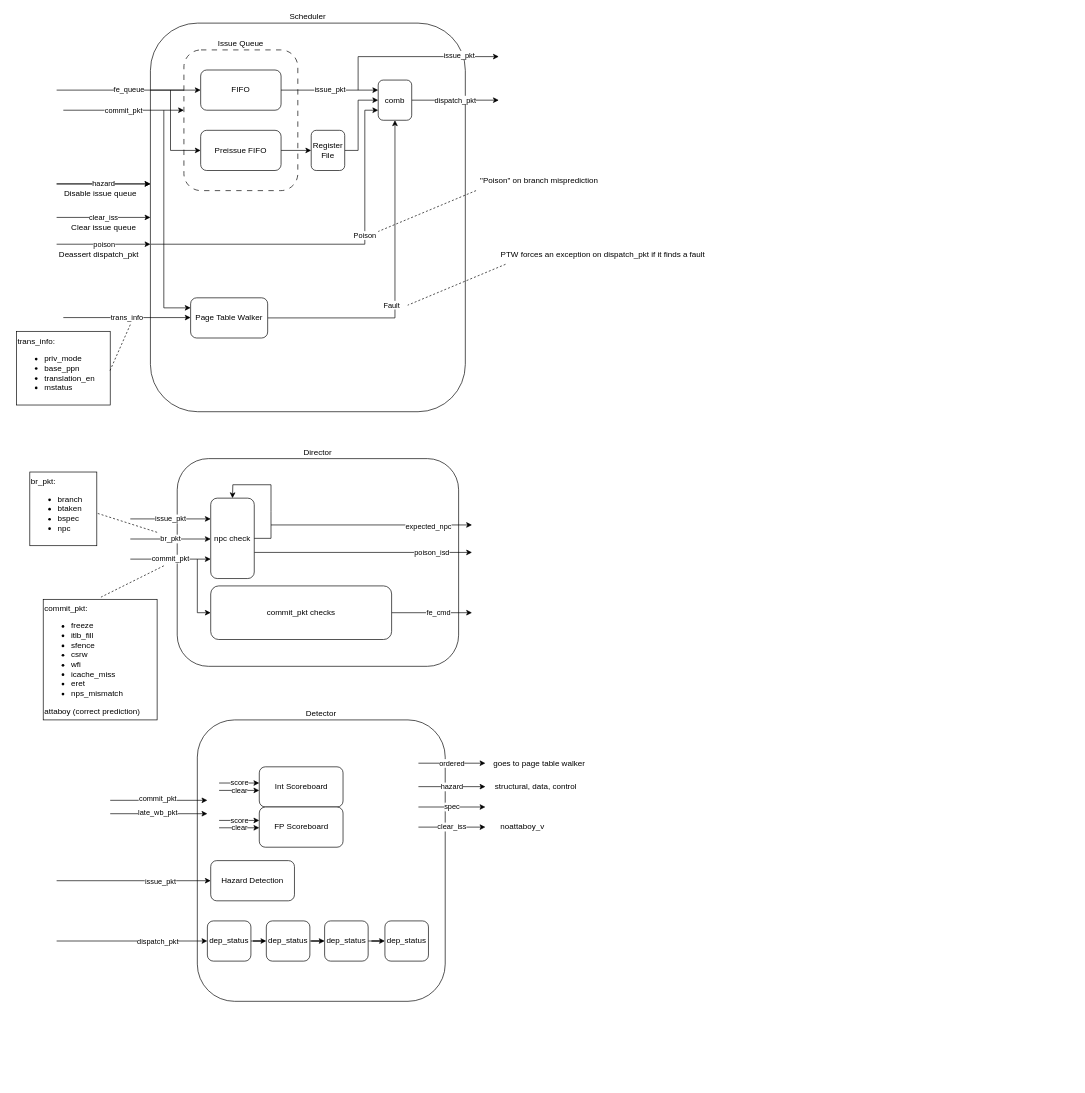
This is page "Back End" (3 of 7) of diagrams/black_parrot.drawio from JefferyLim/ec513_final_project, a draw.io file, before an edit. Source tidied: cells renumbered, new cells numbered last; positions are measured from the earlier drawing's top-left corner, leaving out a move shared by most shapes. Both pictures are drawn from the tidied source at 67%, with x=0, y=0 at pixel (16, 23).
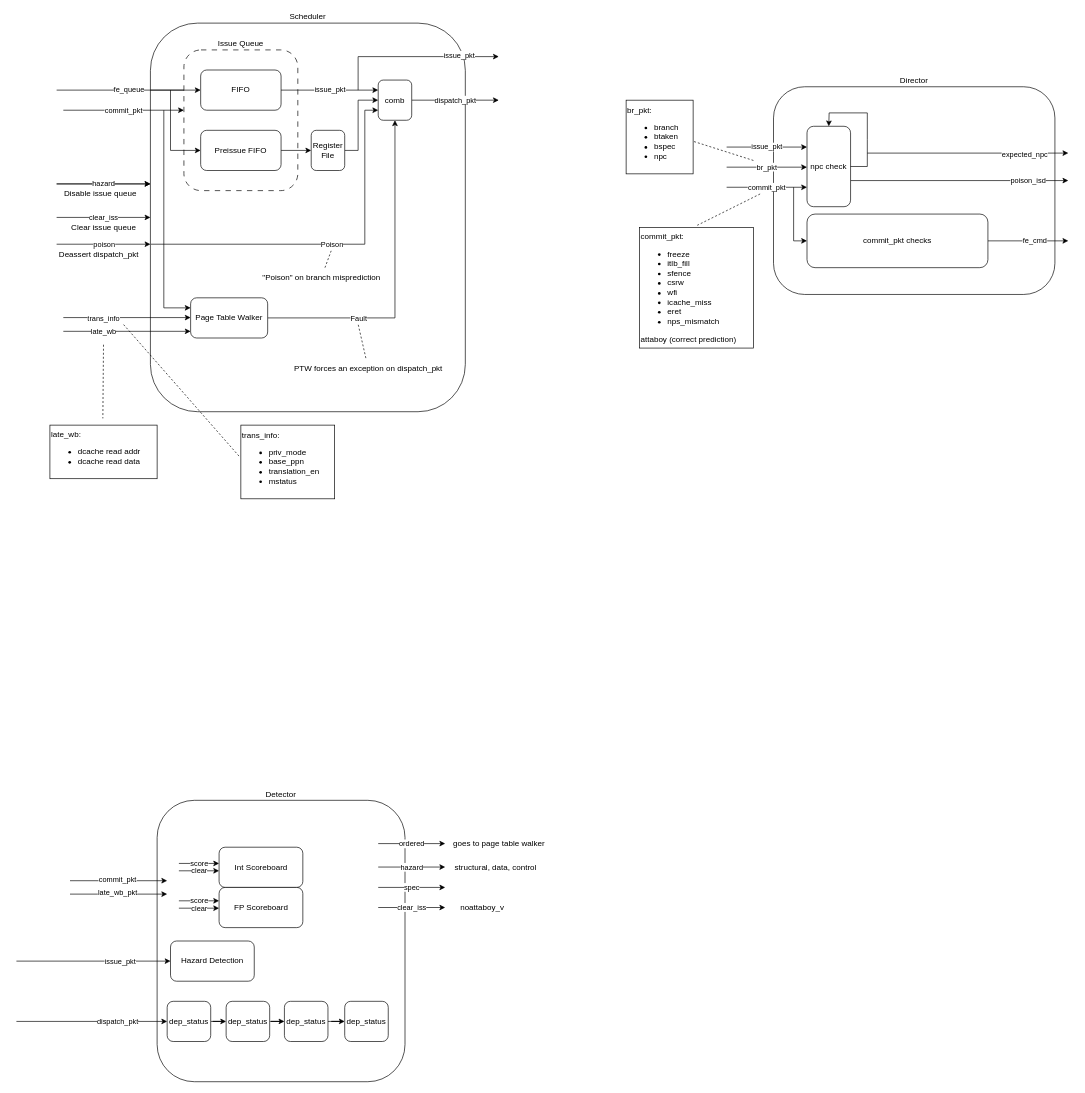
The same page after the edit.

The change refers to these unchanged cells:
```xml
<mxCell id="4" value="Scheduler" style="rounded=1;whiteSpace=wrap;html=1;labelPosition=center;verticalLabelPosition=top;align=center;verticalAlign=bottom;" parent="1" vertex="1">
  <mxGeometry x="200" width="470" height="580" as="geometry" />
</mxCell>
<mxCell id="18" value="comb" style="rounded=1;whiteSpace=wrap;html=1;" parent="1" vertex="1">
  <mxGeometry x="540" y="85" width="50" height="60" as="geometry" />
</mxCell>
<mxCell id="23" value="Deassert dispatch_pkt&lt;span style=&quot;background-color: transparent; color: light-dark(rgb(0, 0, 0), rgb(255, 255, 255)); white-space-collapse: preserve;&quot;&gt;&#9;&lt;/span&gt;" style="text;html=1;align=center;verticalAlign=middle;points=[];strokeColor=none;fillColor=none;" parent="1" vertex="1">
  <mxGeometry x="50" y="330" width="160" height="30" as="geometry" />
</mxCell>
<mxCell id="74" style="edgeStyle=orthogonalEdgeStyle;rounded=0;jettySize=auto;html=1;entryX=0.5;entryY=1;entryDx=0;entryDy=0;" parent="1" edge="1" source="76" target="18">
  <mxGeometry relative="1" as="geometry" />
</mxCell>
```

Diff of the diagram source:
```diff
@@
     <mxCell id="2" value="Director" style="rounded=1;whiteSpace=wrap;html=1;labelPosition=center;verticalLabelPosition=top;align=center;verticalAlign=bottom;" parent="1" vertex="1">
-      <mxGeometry x="240" y="650" width="420" height="310" as="geometry" />
+      <mxGeometry x="1130" y="95" width="420" height="310" as="geometry" />
     </mxCell>
     <mxCell id="3" value="Detector" style="rounded=1;whiteSpace=wrap;html=1;labelPosition=center;verticalLabelPosition=top;align=center;verticalAlign=bottom;" parent="1" vertex="1">
-      <mxGeometry x="270" y="1040" width="370" height="420" as="geometry" />
+      <mxGeometry x="210" y="1160" width="370" height="420" as="geometry" />
     </mxCell>
@@
     <mxCell id="25" value="Poison" style="endArrow=classic;html=1;rounded=0;entryX=0;entryY=0.75;entryDx=0;entryDy=0;exitX=0.942;exitY=0;exitDx=0;exitDy=0;exitPerimeter=0;" parent="1" edge="1" source="23" target="18">
-      <mxGeometry x="0.23" relative="1" as="geometry">
+      <mxGeometry relative="1" as="geometry">
         <Array as="points">
           <mxPoint x="520" y="330" />
           <mxPoint x="520" y="130" />
         </Array>
       </mxGeometry>
     </mxCell>
@@
     <mxCell id="29" value="issue_pkt" style="endArrow=classic;html=1;rounded=0;" parent="1" edge="1">
       <mxGeometry relative="1" as="geometry">
-        <mxPoint x="170" y="740" as="sourcePoint" />
-        <mxPoint x="290" y="740" as="targetPoint" />
+        <mxPoint x="1060" y="185" as="sourcePoint" />
+        <mxPoint x="1180" y="185" as="targetPoint" />
       </mxGeometry>
     </mxCell>
     <mxCell id="30" value="br_pkt" style="endArrow=classic;html=1;rounded=0;" parent="1" edge="1">
       <mxGeometry relative="1" as="geometry">
-        <mxPoint x="170" y="770" as="sourcePoint" />
-        <mxPoint x="290" y="770" as="targetPoint" />
+        <mxPoint x="1060" y="215" as="sourcePoint" />
+        <mxPoint x="1180" y="215" as="targetPoint" />
       </mxGeometry>
     </mxCell>
     <mxCell id="31" value="commit_pkt" style="endArrow=classic;html=1;rounded=0;" parent="1" edge="1">
       <mxGeometry relative="1" as="geometry">
-        <mxPoint x="170" y="800" as="sourcePoint" />
-        <mxPoint x="290" y="800" as="targetPoint" />
+        <mxPoint x="1060" y="245" as="sourcePoint" />
+        <mxPoint x="1180" y="245" as="targetPoint" />
       </mxGeometry>
     </mxCell>
     <mxCell id="32" value="poison_isd" style="endArrow=classic;html=1;rounded=0;" parent="1" edge="1">
       <mxGeometry x="0.63" relative="1" as="geometry">
-        <mxPoint x="355" y="790" as="sourcePoint" />
-        <mxPoint x="680" y="790" as="targetPoint" />
+        <mxPoint x="1245" y="235" as="sourcePoint" />
+        <mxPoint x="1570" y="235" as="targetPoint" />
       </mxGeometry>
     </mxCell>
     <mxCell id="33" value="npc check" style="rounded=1;whiteSpace=wrap;html=1;" parent="1" vertex="1">
-      <mxGeometry x="290" y="709" width="65" height="120" as="geometry" />
+      <mxGeometry x="1180" y="154" width="65" height="120" as="geometry" />
     </mxCell>
     <mxCell id="34" style="endArrow=classic;html=1;rounded=0;entryX=0.5;entryY=0;entryDx=0;entryDy=0;exitX=1;exitY=0.5;exitDx=0;exitDy=0;" parent="1" edge="1" source="33" target="33">
       <mxGeometry relative="1" as="geometry">
         <Array as="points">
-          <mxPoint x="380" y="769" />
-          <mxPoint x="380" y="729" />
-          <mxPoint x="380" y="689" />
-          <mxPoint x="323" y="689" />
+          <mxPoint x="1270" y="214" />
+          <mxPoint x="1270" y="174" />
+          <mxPoint x="1270" y="134" />
+          <mxPoint x="1213" y="134" />
         </Array>
       </mxGeometry>
     </mxCell>
     <mxCell id="35" style="endArrow=classic;html=1;rounded=0;" parent="1" edge="1">
       <mxGeometry relative="1" as="geometry">
-        <mxPoint x="380" y="749" as="sourcePoint" />
-        <mxPoint x="680" y="749" as="targetPoint" />
+        <mxPoint x="1270" y="194" as="sourcePoint" />
+        <mxPoint x="1570" y="194" as="targetPoint" />
       </mxGeometry>
     </mxCell>
@@
     <mxCell id="37" value="fe_cmd" style="endArrow=classic;html=1;rounded=0;exitX=1;exitY=0.5;exitDx=0;exitDy=0;" parent="1" edge="1" source="38">
       <mxGeometry x="0.17" relative="1" as="geometry">
-        <mxPoint x="680" y="880" as="targetPoint" />
+        <mxPoint x="1570" y="325" as="targetPoint" />
       </mxGeometry>
     </mxCell>
     <mxCell id="38" value="commit_pkt checks" style="rounded=1;whiteSpace=wrap;html=1;" parent="1" vertex="1">
-      <mxGeometry x="290" y="840" width="270" height="80" as="geometry" />
+      <mxGeometry x="1180" y="285" width="270" height="80" as="geometry" />
     </mxCell>
     <mxCell id="39" style="endArrow=classic;html=1;rounded=0;entryX=0;entryY=0.5;entryDx=0;entryDy=0;" parent="1" edge="1" target="38">
       <mxGeometry relative="1" as="geometry">
-        <mxPoint x="270" y="800" as="sourcePoint" />
+        <mxPoint x="1160" y="245" as="sourcePoint" />
         <Array as="points">
-          <mxPoint x="270" y="880" />
+          <mxPoint x="1160" y="325" />
         </Array>
       </mxGeometry>
     </mxCell>
     <mxCell id="40" value="commit_pkt:&lt;div&gt;&lt;ul&gt;&lt;li&gt;freeze&lt;/li&gt;&lt;li&gt;itlb_fill&lt;/li&gt;&lt;li&gt;sfence&lt;/li&gt;&lt;li&gt;csrw&lt;/li&gt;&lt;li&gt;wfi&lt;/li&gt;&lt;li&gt;icache_miss&lt;/li&gt;&lt;li&gt;eret&lt;/li&gt;&lt;li&gt;nps_mismatch&lt;/li&gt;&lt;/ul&gt;&lt;/div&gt;&lt;div&gt;attaboy (correct prediction)&lt;/div&gt;" style="text;html=1;align=left;verticalAlign=middle;points=[];strokeColor=default;fillColor=none;" parent="1" vertex="1">
-      <mxGeometry x="40" y="860" width="170" height="180" as="geometry" />
+      <mxGeometry x="930" y="305" width="170" height="180" as="geometry" />
     </mxCell>
     <mxCell id="41" style="endArrow=classic;html=1;rounded=0;entryX=0;entryY=0.5;entryDx=0;entryDy=0;" parent="1" edge="1" target="43">
       <mxGeometry relative="1" as="geometry">
-        <mxPoint x="60" y="1280" as="sourcePoint" />
+        <mxPoint y="1400" as="sourcePoint" />
         <Array as="points">
-          <mxPoint x="60" y="1280" />
+          <mxPoint y="1400" />
         </Array>
       </mxGeometry>
     </mxCell>
@@
     <mxCell id="43" value="Hazard Detection" style="rounded=1;whiteSpace=wrap;html=1;" parent="1" vertex="1">
-      <mxGeometry x="290" y="1250" width="125" height="60" as="geometry" />
+      <mxGeometry x="230" y="1370" width="125" height="60" as="geometry" />
     </mxCell>
     <mxCell id="44" style="endArrow=classic;html=1;rounded=0;entryX=0;entryY=0.5;entryDx=0;entryDy=0;" parent="1" edge="1">
       <mxGeometry relative="1" as="geometry">
-        <mxPoint x="60" y="1370" as="sourcePoint" />
-        <mxPoint x="285" y="1370" as="targetPoint" />
+        <mxPoint y="1490" as="sourcePoint" />
+        <mxPoint x="225" y="1490" as="targetPoint" />
         <Array as="points">
-          <mxPoint x="60" y="1370" />
+          <mxPoint y="1490" />
         </Array>
       </mxGeometry>
     </mxCell>
@@
     <mxCell id="47" value="dep_status" style="rounded=1;whiteSpace=wrap;html=1;" parent="1" vertex="1">
-      <mxGeometry x="285" y="1340" width="65" height="60" as="geometry" />
+      <mxGeometry x="225" y="1460" width="65" height="60" as="geometry" />
     </mxCell>
@@
     <mxCell id="49" value="dep_status" style="rounded=1;whiteSpace=wrap;html=1;" parent="1" vertex="1">
-      <mxGeometry x="373" y="1340" width="65" height="60" as="geometry" />
+      <mxGeometry x="313" y="1460" width="65" height="60" as="geometry" />
     </mxCell>
@@
     <mxCell id="51" value="dep_status" style="rounded=1;whiteSpace=wrap;html=1;" parent="1" vertex="1">
-      <mxGeometry x="460" y="1340" width="65" height="60" as="geometry" />
+      <mxGeometry x="400" y="1460" width="65" height="60" as="geometry" />
     </mxCell>
     <mxCell id="52" value="dep_status" style="rounded=1;whiteSpace=wrap;html=1;" parent="1" vertex="1">
-      <mxGeometry x="550" y="1340" width="65" height="60" as="geometry" />
+      <mxGeometry x="490" y="1460" width="65" height="60" as="geometry" />
     </mxCell>
     <mxCell id="53" value="Int Scoreboard" style="rounded=1;whiteSpace=wrap;html=1;" parent="1" vertex="1">
-      <mxGeometry x="362.5" y="1110" width="125" height="60" as="geometry" />
+      <mxGeometry x="302.5" y="1230" width="125" height="60" as="geometry" />
     </mxCell>
     <mxCell id="54" value="FP Scoreboard" style="rounded=1;whiteSpace=wrap;html=1;" parent="1" vertex="1">
-      <mxGeometry x="362.5" y="1170" width="125" height="60" as="geometry" />
+      <mxGeometry x="302.5" y="1290" width="125" height="60" as="geometry" />
     </mxCell>
     <mxCell id="55" style="endArrow=classic;html=1;rounded=0;" parent="1" edge="1">
       <mxGeometry relative="1" as="geometry">
-        <mxPoint x="140" y="1160" as="sourcePoint" />
-        <mxPoint x="285" y="1160" as="targetPoint" />
+        <mxPoint x="80" y="1280" as="sourcePoint" />
+        <mxPoint x="225" y="1280" as="targetPoint" />
       </mxGeometry>
     </mxCell>
@@
     <mxCell id="57" style="endArrow=classic;html=1;rounded=0;entryX=0;entryY=0.5;entryDx=0;entryDy=0;" parent="1" edge="1">
       <mxGeometry relative="1" as="geometry">
-        <mxPoint x="140" y="1180" as="sourcePoint" />
-        <mxPoint x="285" y="1180" as="targetPoint" />
+        <mxPoint x="80" y="1300" as="sourcePoint" />
+        <mxPoint x="225" y="1300" as="targetPoint" />
       </mxGeometry>
     </mxCell>
@@
     <mxCell id="59" value="score" style="endArrow=classic;html=1;rounded=0;exitX=0.449;exitY=0.333;exitDx=0;exitDy=0;exitPerimeter=0;" parent="1" edge="1">
       <mxGeometry relative="1" as="geometry">
-        <mxPoint x="302.5" y="1134.2" as="sourcePoint" />
-        <mxPoint x="362.5" y="1134.2" as="targetPoint" />
+        <mxPoint x="242.5" y="1254.2" as="sourcePoint" />
+        <mxPoint x="302.5" y="1254.2" as="targetPoint" />
       </mxGeometry>
     </mxCell>
     <mxCell id="60" value="clear" style="endArrow=classic;html=1;rounded=0;" parent="1" edge="1">
       <mxGeometry relative="1" as="geometry">
-        <mxPoint x="302.5" y="1145.2" as="sourcePoint" />
-        <mxPoint x="362.5" y="1145.2" as="targetPoint" />
+        <mxPoint x="242.5" y="1265.2" as="sourcePoint" />
+        <mxPoint x="302.5" y="1265.2" as="targetPoint" />
       </mxGeometry>
     </mxCell>
     <mxCell id="61" value="score" style="endArrow=classic;html=1;rounded=0;exitX=0.449;exitY=0.333;exitDx=0;exitDy=0;exitPerimeter=0;" parent="1" edge="1">
       <mxGeometry relative="1" as="geometry">
-        <mxPoint x="302.5" y="1190" as="sourcePoint" />
-        <mxPoint x="362.5" y="1190" as="targetPoint" />
+        <mxPoint x="242.5" y="1310" as="sourcePoint" />
+        <mxPoint x="302.5" y="1310" as="targetPoint" />
       </mxGeometry>
     </mxCell>
     <mxCell id="62" value="clear" style="endArrow=classic;html=1;rounded=0;" parent="1" edge="1">
       <mxGeometry relative="1" as="geometry">
-        <mxPoint x="302.5" y="1201" as="sourcePoint" />
-        <mxPoint x="362.5" y="1201" as="targetPoint" />
+        <mxPoint x="242.5" y="1321" as="sourcePoint" />
+        <mxPoint x="302.5" y="1321" as="targetPoint" />
       </mxGeometry>
     </mxCell>
     <mxCell id="63" value="ordered" style="endArrow=classic;html=1;rounded=0;" parent="1" edge="1">
       <mxGeometry relative="1" as="geometry">
-        <mxPoint x="600" y="1104.6" as="sourcePoint" />
-        <mxPoint x="700" y="1104.6" as="targetPoint" />
+        <mxPoint x="540" y="1224.6" as="sourcePoint" />
+        <mxPoint x="640" y="1224.6" as="targetPoint" />
       </mxGeometry>
     </mxCell>
     <mxCell id="64" value="hazard" style="endArrow=classic;html=1;rounded=0;" parent="1" edge="1">
       <mxGeometry relative="1" as="geometry">
-        <mxPoint x="600" y="1139.6" as="sourcePoint" />
-        <mxPoint x="700" y="1139.6" as="targetPoint" />
+        <mxPoint x="540" y="1259.6" as="sourcePoint" />
+        <mxPoint x="640" y="1259.6" as="targetPoint" />
       </mxGeometry>
     </mxCell>
     <mxCell id="65" value="spec" style="endArrow=classic;html=1;rounded=0;" parent="1" edge="1">
       <mxGeometry relative="1" as="geometry">
-        <mxPoint x="600" y="1170" as="sourcePoint" />
-        <mxPoint x="700" y="1170" as="targetPoint" />
+        <mxPoint x="540" y="1290" as="sourcePoint" />
+        <mxPoint x="640" y="1290" as="targetPoint" />
       </mxGeometry>
     </mxCell>
     <mxCell id="66" value="goes to page table walker" style="text;html=1;align=center;verticalAlign=middle;strokeColor=none;fillColor=none;" parent="1" vertex="1">
-      <mxGeometry x="700" y="1090" width="160" height="30" as="geometry" />
+      <mxGeometry x="640" y="1210" width="160" height="30" as="geometry" />
     </mxCell>
     <mxCell id="67" value="structural, data, control" style="text;html=1;align=center;verticalAlign=middle;strokeColor=none;fillColor=none;" parent="1" vertex="1">
-      <mxGeometry x="700" y="1125" width="150" height="30" as="geometry" />
+      <mxGeometry x="640" y="1245" width="150" height="30" as="geometry" />
     </mxCell>
     <mxCell id="68" style="endArrow=none;dashed=1;html=1;rounded=0;entryX=0.507;entryY=-0.018;entryDx=0;entryDy=0;entryPerimeter=0;" parent="1" edge="1" target="40">
       <mxGeometry relative="1" as="geometry">
-        <mxPoint x="220" y="810" as="sourcePoint" />
+        <mxPoint x="1110" y="255" as="sourcePoint" />
       </mxGeometry>
     </mxCell>
     <mxCell id="69" value="trans_info" style="endArrow=classic;html=1;rounded=0;" parent="1" edge="1">
-      <mxGeometry relative="1" as="geometry">
+      <mxGeometry x="-0.37" relative="1" as="geometry">
         <mxPoint x="70" y="439.5" as="sourcePoint" />
         <mxPoint x="260" y="439.5" as="targetPoint" />
+        <mxPoint y="1" as="offset" />
       </mxGeometry>
     </mxCell>
     <mxCell id="70" value="&lt;span style=&quot;color: rgb(0, 0, 0); font-family: Helvetica; font-size: 11px; font-style: normal; font-variant-ligatures: normal; font-variant-caps: normal; font-weight: 400; letter-spacing: normal; orphans: 2; text-align: center; text-indent: 0px; text-transform: none; widows: 2; word-spacing: 0px; -webkit-text-stroke-width: 0px; white-space: nowrap; background-color: rgb(255, 255, 255); text-decoration-thickness: initial; text-decoration-style: initial; text-decoration-color: initial; display: inline !important; float: none;&quot;&gt;clear_iss&lt;/span&gt;" style="endArrow=classic;html=1;rounded=0;" parent="1" edge="1">
       <mxGeometry relative="1" as="geometry">
-        <mxPoint x="600" y="1200" as="sourcePoint" />
-        <mxPoint x="700" y="1200" as="targetPoint" />
+        <mxPoint x="540" y="1320" as="sourcePoint" />
+        <mxPoint x="640" y="1320" as="targetPoint" />
       </mxGeometry>
     </mxCell>
     <mxCell id="71" value="br_pkt:&lt;div&gt;&lt;ul&gt;&lt;li&gt;&lt;span style=&quot;background-color: transparent; color: light-dark(rgb(0, 0, 0), rgb(255, 255, 255));&quot;&gt;branch&lt;/span&gt;&lt;/li&gt;&lt;li&gt;&lt;span style=&quot;background-color: transparent; color: light-dark(rgb(0, 0, 0), rgb(255, 255, 255));&quot;&gt;btaken&lt;/span&gt;&lt;/li&gt;&lt;li&gt;&lt;span style=&quot;background-color: transparent; color: light-dark(rgb(0, 0, 0), rgb(255, 255, 255));&quot;&gt;bspec&lt;/span&gt;&lt;/li&gt;&lt;li&gt;&lt;span style=&quot;background-color: transparent; color: light-dark(rgb(0, 0, 0), rgb(255, 255, 255));&quot;&gt;npc&lt;/span&gt;&lt;/li&gt;&lt;/ul&gt;&lt;/div&gt;" style="text;html=1;align=left;verticalAlign=middle;points=[];strokeColor=default;fillColor=none;" parent="1" vertex="1">
-      <mxGeometry x="20" y="670" width="100" height="110" as="geometry" />
+      <mxGeometry x="910" y="115" width="100" height="110" as="geometry" />
     </mxCell>
     <mxCell id="72" style="endArrow=none;dashed=1;html=1;rounded=0;entryX=0.99;entryY=0.555;entryDx=0;entryDy=0;entryPerimeter=0;" parent="1" edge="1" target="71">
       <mxGeometry relative="1" as="geometry">
-        <mxPoint x="210" y="760" as="sourcePoint" />
+        <mxPoint x="1100" y="205" as="sourcePoint" />
       </mxGeometry>
     </mxCell>
     <mxCell id="73" value="noattaboy_v" style="text;html=1;align=center;verticalAlign=middle;strokeColor=none;fillColor=none;" parent="1" vertex="1">
-      <mxGeometry x="710" y="1185" width="90" height="30" as="geometry" />
+      <mxGeometry x="650" y="1305" width="90" height="30" as="geometry" />
     </mxCell>
@@
     <mxCell id="75" value="Fault" style="edgeLabel;html=1;align=center;verticalAlign=middle;" parent="74" vertex="1">
       <mxGeometry x="-0.59" y="2" relative="1" as="geometry">
-        <mxPoint x="85" y="-18" as="offset" />
+        <mxPoint x="36" y="2" as="offset" />
       </mxGeometry>
     </mxCell>
@@
     <mxCell id="78" value="trans_info:&lt;div&gt;&lt;ul&gt;&lt;li&gt;priv_mode&lt;/li&gt;&lt;li&gt;base_ppn&lt;/li&gt;&lt;li&gt;translation_en&lt;/li&gt;&lt;li&gt;mstatus&lt;/li&gt;&lt;/ul&gt;&lt;/div&gt;" style="text;html=1;align=left;verticalAlign=middle;points=[];strokeColor=default;fillColor=none;" parent="1" vertex="1">
-      <mxGeometry y="460" width="140" height="110" as="geometry" />
+      <mxGeometry x="335" y="600" width="140" height="110" as="geometry" />
     </mxCell>
-    <mxCell id="79" style="endArrow=none;dashed=1;html=1;rounded=0;entryX=0.99;entryY=0.555;entryDx=0;entryDy=0;entryPerimeter=0;" parent="1" edge="1" target="78">
+    <mxCell id="79" style="endArrow=none;dashed=1;html=1;rounded=0;entryX=-0.007;entryY=0.439;entryDx=0;entryDy=0;entryPerimeter=0;" parent="1" edge="1" target="78">
       <mxGeometry relative="1" as="geometry">
-        <mxPoint x="170" y="450" as="sourcePoint" />
+        <mxPoint x="160" y="450" as="sourcePoint" />
       </mxGeometry>
     </mxCell>
@@
-    <mxCell id="81" style="endArrow=none;dashed=1;html=1;rounded=0;entryX=0.99;entryY=0.555;entryDx=0;entryDy=0;entryPerimeter=0;" parent="1" edge="1">
-      <mxGeometry relative="1" as="geometry">
-        <mxPoint x="730" y="360" as="sourcePoint" />
-        <mxPoint x="584" y="421" as="targetPoint" />
-      </mxGeometry>
+    <mxCell id="81" style="endArrow=none;dashed=1;html=1;rounded=0;entryX=0.66;entryY=0.776;entryDx=0;entryDy=0;entryPerimeter=0;" parent="1" edge="1" source="82" target="4">
+      <mxGeometry relative="1" as="geometry" />
     </mxCell>
-    <mxCell id="82" value="PTW forces an exception on dispatch_pkt if it finds a fault" style="text;html=1;align=center;verticalAlign=middle;points=[];strokeColor=none;fillColor=none;" parent="1" vertex="1">
-      <mxGeometry x="710" y="330" width="330" height="30" as="geometry" />
+    <mxCell id="82" value="PTW forces an exception on dispatch_pkt" style="text;html=1;align=center;verticalAlign=middle;points=[];strokeColor=none;fillColor=none;" parent="1" vertex="1">
+      <mxGeometry x="405" y="500" width="240" height="30" as="geometry" />
     </mxCell>
-    <mxCell id="83" style="endArrow=none;dashed=1;html=1;rounded=0;entryX=0.99;entryY=0.555;entryDx=0;entryDy=0;entryPerimeter=0;" parent="1" edge="1">
-      <mxGeometry relative="1" as="geometry">
-        <mxPoint x="686" y="250" as="sourcePoint" />
-        <mxPoint x="540" y="311" as="targetPoint" />
-      </mxGeometry>
+    <mxCell id="83" style="endArrow=none;dashed=1;html=1;rounded=0;entryX=0.574;entryY=0.586;entryDx=0;entryDy=0;entryPerimeter=0;" parent="1" edge="1" source="84" target="4">
+      <mxGeometry relative="1" as="geometry" />
     </mxCell>
     <mxCell id="84" value="&quot;Poison&quot; on branch misprediction" style="text;html=1;align=center;verticalAlign=middle;points=[];strokeColor=none;fillColor=none;" parent="1" vertex="1">
-      <mxGeometry x="680" y="220" width="200" height="30" as="geometry" />
+      <mxGeometry x="355" y="365" width="200" height="30" as="geometry" />
     </mxCell>
+    <mxCell id="85" value="late_wb" style="endArrow=classic;html=1;rounded=0;" parent="1" edge="1">
+      <mxGeometry x="-0.37" relative="1" as="geometry">
+        <mxPoint x="70" y="460" as="sourcePoint" />
+        <mxPoint x="260" y="460" as="targetPoint" />
+      </mxGeometry>
+    </mxCell>
+    <mxCell id="86" value="late_wb:&lt;div&gt;&lt;ul&gt;&lt;li&gt;dcache read addr&lt;/li&gt;&lt;li&gt;dcache read data&lt;/li&gt;&lt;/ul&gt;&lt;/div&gt;" style="text;html=1;align=left;verticalAlign=middle;strokeColor=default;fillColor=none;" parent="1" vertex="1">
+      <mxGeometry x="50" y="600" width="160" height="80" as="geometry" />
+    </mxCell>
+    <mxCell id="87" style="endArrow=none;dashed=1;html=1;rounded=0;" parent="1" edge="1">
+      <mxGeometry relative="1" as="geometry">
+        <mxPoint x="130" y="480" as="sourcePoint" />
+        <mxPoint x="129" y="590" as="targetPoint" />
+      </mxGeometry>
+    </mxCell>
```
